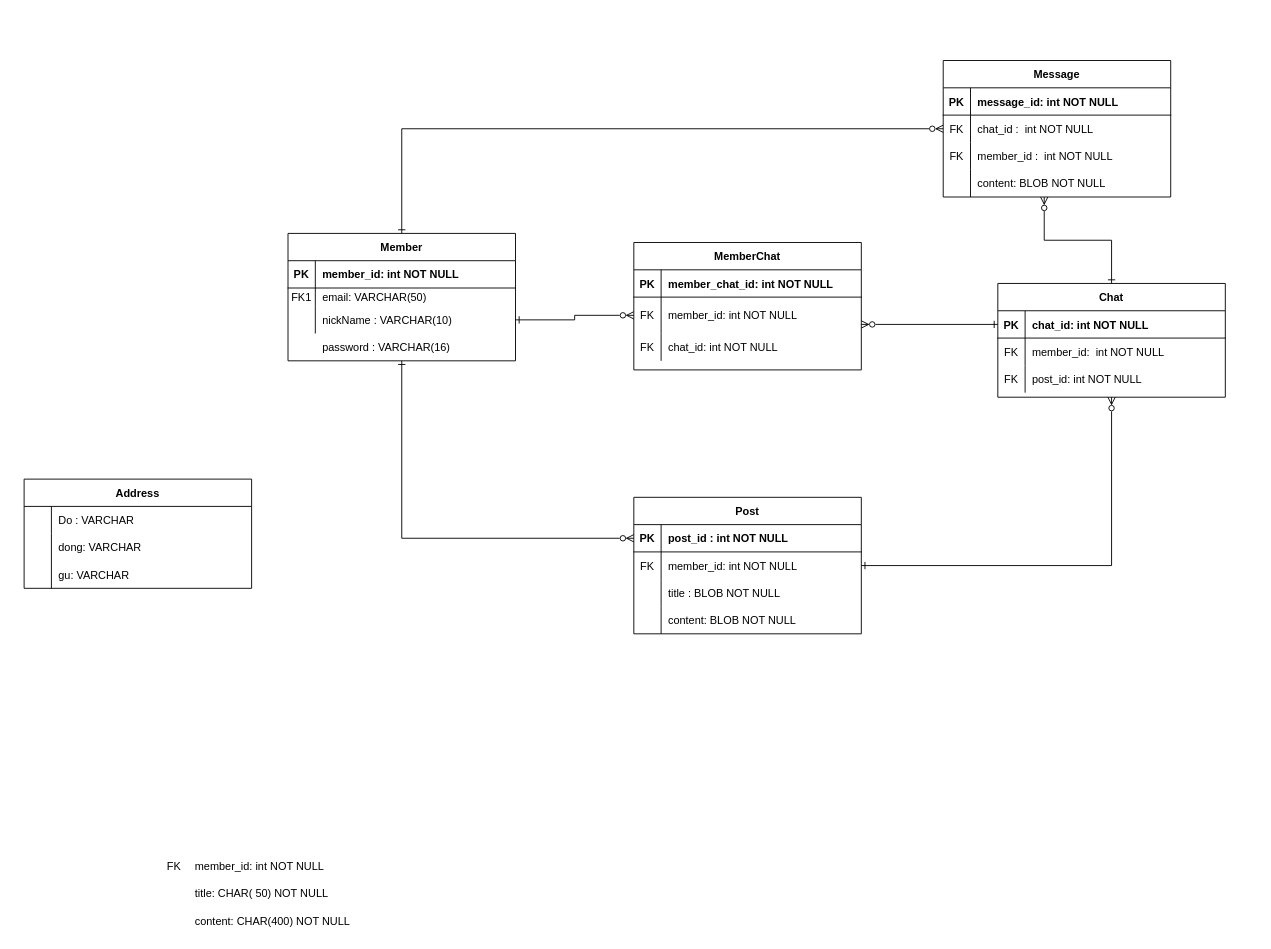
The draw.io diagram ERD.drawio in rlagudtn/Share, before the edit. Source tidied: cells renumbered, new cells numbered last; positions are measured from the earlier drawing's top-left corner, leaving out a move shared by most shapes. Both pictures are drawn from the tidied source at 91%, with x=0, y=0 at pixel (24, 60).
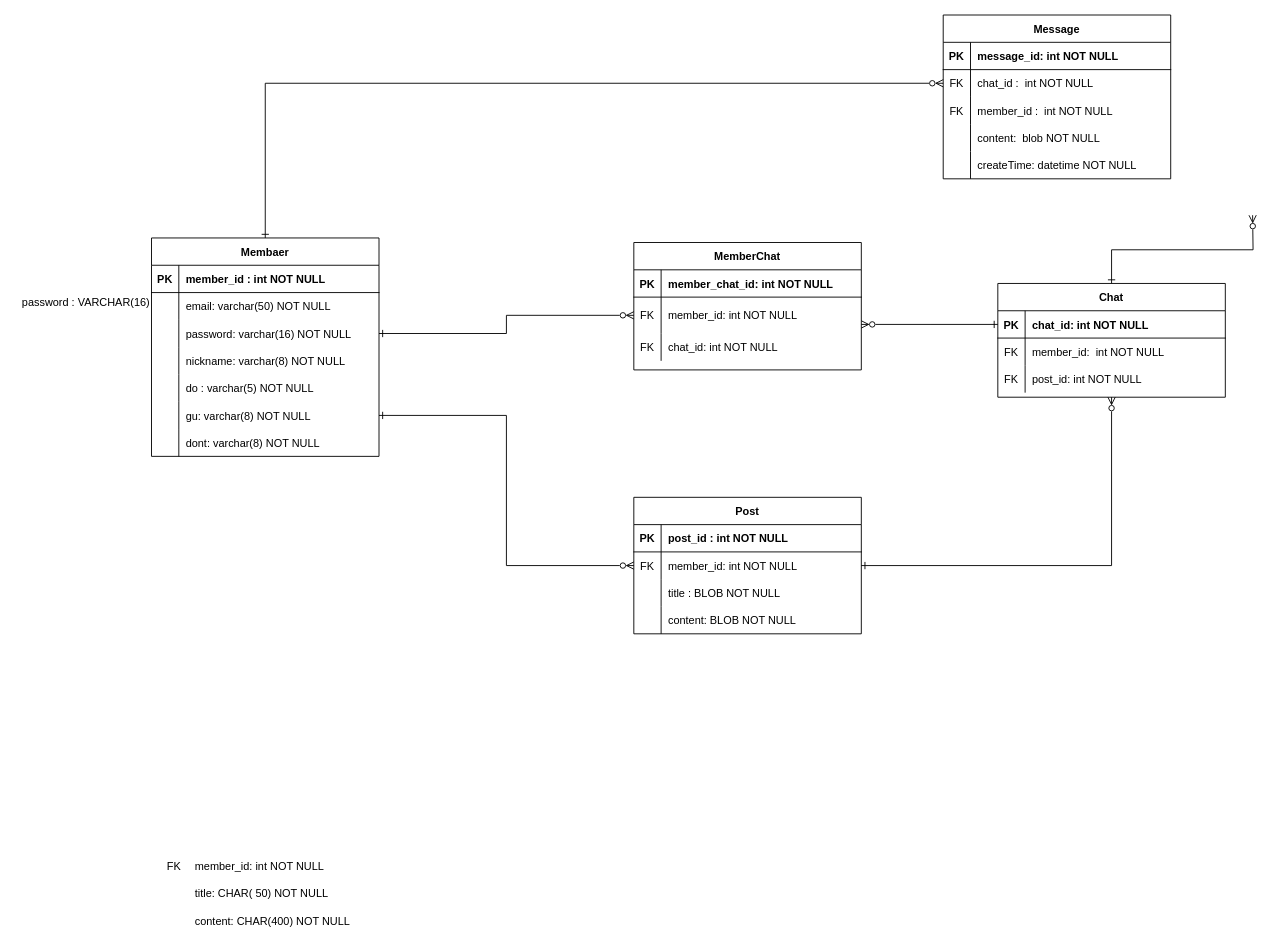
Above is the later version.

The change refers to these unchanged cells:
```xml
<mxCell id="4" value="Chat" style="shape=table;startSize=30;childLayout=tableLayout;rowLines=0;fontStyle=1;align=center;" parent="1" vertex="1">
  <mxGeometry x="1070" y="245" width="250" height="125" as="geometry" />
</mxCell>
<mxCell id="28" style="shape=partialRectangle;fillColor=none;points=[[0,0.5],[1,0.5]];portConstraint=eastwest;top=0;left=0;right=0;bottom=1;" parent="27" vertex="1">
  <mxGeometry y="30" width="250" height="30" as="geometry" />
</mxCell>
<mxCell id="31" style="shape=partialRectangle;fillColor=none;points=[[0,0.5],[1,0.5]];portConstraint=eastwest;top=0;left=0;right=0;bottom=0;" parent="27" vertex="1">
  <mxGeometry y="60" width="250" height="30" as="geometry" />
</mxCell>
<mxCell id="44" style="shape=partialRectangle;fillColor=none;points=[[0,0.5],[1,0.5]];portConstraint=eastwest;top=0;left=0;right=0;bottom=0;" parent="40" vertex="1">
  <mxGeometry y="60" width="250" height="30" as="geometry" />
</mxCell>
<mxCell id="50" style="shape=partialRectangle;fillColor=none;points=[[0,0.5],[1,0.5]];portConstraint=eastwest;top=0;left=0;right=0;bottom=0;" parent="40" vertex="1">
  <mxGeometry y="120" width="250" height="30" as="geometry" />
</mxCell>
<mxCell id="68" style="shape=partialRectangle;fillColor=none;points=[[0,0.5],[1,0.5]];portConstraint=eastwest;top=0;left=0;right=0;bottom=0;" parent="64" vertex="1">
  <mxGeometry y="60" width="250" height="40" as="geometry" />
</mxCell>
```

The edit, as a diff of the source:
```diff
@@
-    <mxCell id="3" style="edgeStyle=orthogonalEdgeStyle;rounded=0;jettySize=auto;html=1;exitX=0.5;exitY=0;exitDx=0;exitDy=0;entryX=0.444;entryY=1;entryDx=0;entryDy=0;entryPerimeter=0;startArrow=ERone;startFill=0;endArrow=ERzeroToMany;endFill=0;" parent="1" edge="1" source="4" target="50">
-      <mxGeometry relative="1" as="geometry" />
+    <mxCell id="3" style="edgeStyle=orthogonalEdgeStyle;rounded=0;jettySize=auto;html=1;exitX=0.5;exitY=0;exitDx=0;exitDy=0;startArrow=ERone;startFill=0;endArrow=ERzeroToMany;endFill=0;" parent="1" edge="1" source="4">
+      <mxGeometry relative="1" as="geometry">
+        <mxPoint x="1350" y="170" as="targetPoint" />
+      </mxGeometry>
     </mxCell>
@@
-    <mxCell id="14" style="edgeStyle=orthogonalEdgeStyle;rounded=0;jettySize=auto;html=1;exitX=0.5;exitY=1;exitDx=0;exitDy=0;entryX=0;entryY=0.5;entryDx=0;entryDy=0;endArrow=ERzeroToMany;endFill=0;startArrow=ERone;startFill=0;" parent="1" edge="1" source="16" target="28">
-      <mxGeometry relative="1" as="geometry">
-        <Array as="points">
-          <mxPoint x="415" y="525" />
-        </Array>
-      </mxGeometry>
-    </mxCell>
-    <mxCell id="15" style="edgeStyle=orthogonalEdgeStyle;rounded=0;jettySize=auto;html=1;exitX=0.5;exitY=0;exitDx=0;exitDy=0;entryX=0;entryY=0.5;entryDx=0;entryDy=0;startArrow=ERone;startFill=0;endArrow=ERzeroToMany;endFill=0;" parent="1" edge="1" source="16" target="44">
+    <mxCell id="15" style="edgeStyle=orthogonalEdgeStyle;rounded=0;jettySize=auto;html=1;exitX=0.5;exitY=0;exitDx=0;exitDy=0;entryX=0;entryY=0.5;entryDx=0;entryDy=0;startArrow=ERone;startFill=0;endArrow=ERzeroToMany;endFill=0;" parent="1" edge="1" source="89" target="44">
       <mxGeometry relative="1" as="geometry" />
     </mxCell>
-    <mxCell id="16" value="Member" style="shape=table;startSize=30;childLayout=tableLayout;rowLines=0;fontStyle=1;align=center;" parent="1" vertex="1">
-      <mxGeometry x="290" y="190" width="250" height="140" as="geometry" />
-    </mxCell>
-    <mxCell id="17" style="shape=partialRectangle;fillColor=none;top=0;left=0;right=0;bottom=1;" parent="16" vertex="1">
-      <mxGeometry y="30" width="250" height="30" as="geometry" />
-    </mxCell>
-    <mxCell id="18" value="PK" style="shape=partialRectangle;overflow=hidden;fillColor=none;top=0;left=0;bottom=0;right=0;fontStyle=1;" parent="17" vertex="1">
-      <mxGeometry width="30" height="30" as="geometry" />
-    </mxCell>
-    <mxCell id="19" value="member_id: int NOT NULL " style="shape=partialRectangle;overflow=hidden;fillColor=none;top=0;left=0;bottom=0;right=0;align=left;spacingLeft=6;fontStyle=1;" parent="17" vertex="1">
-      <mxGeometry x="30" width="220" height="30" as="geometry" />
-    </mxCell>
-    <mxCell id="20" style="shape=partialRectangle;fillColor=none;top=0;left=0;right=0;bottom=0;" parent="16" vertex="1">
-      <mxGeometry y="60" width="250" height="20" as="geometry" />
-    </mxCell>
-    <mxCell id="21" value="FK1" style="shape=partialRectangle;overflow=hidden;fillColor=none;top=0;left=0;bottom=0;right=0;" parent="20" vertex="1">
-      <mxGeometry width="30" height="20" as="geometry" />
-    </mxCell>
-    <mxCell id="22" value="email: VARCHAR(50)" style="shape=partialRectangle;overflow=hidden;fillColor=none;top=0;left=0;bottom=0;right=0;align=left;spacingLeft=6;" parent="20" vertex="1">
-      <mxGeometry x="30" width="220" height="20" as="geometry" />
-    </mxCell>
-    <mxCell id="23" style="shape=partialRectangle;fillColor=none;points=[[0,0.5],[1,0.5]];portConstraint=eastwest;top=0;left=0;right=0;bottom=0;" parent="16" vertex="1">
-      <mxGeometry y="80" width="250" height="30" as="geometry" />
-    </mxCell>
-    <mxCell id="24" style="shape=partialRectangle;overflow=hidden;fillColor=none;top=0;left=0;bottom=0;right=0;" parent="23" vertex="1">
-      <mxGeometry width="30" height="30" as="geometry" />
-    </mxCell>
-    <mxCell id="25" value="nickName : VARCHAR(10)" style="shape=partialRectangle;overflow=hidden;fillColor=none;top=0;left=0;bottom=0;right=0;align=left;spacingLeft=6;" parent="23" vertex="1">
-      <mxGeometry x="30" width="220" height="30" as="geometry" />
-    </mxCell>
@@
     <mxCell id="40" value="Message" style="shape=table;startSize=30;childLayout=tableLayout;rowLines=0;fontStyle=1;align=center;" parent="1" vertex="1">
-      <mxGeometry x="1010" width="250" height="150" as="geometry" />
+      <mxGeometry x="1010" y="-50" width="250" height="180" as="geometry" />
     </mxCell>
@@
-    <mxCell id="52" value="content: BLOB NOT NULL" style="shape=partialRectangle;overflow=hidden;fillColor=none;top=0;left=0;bottom=0;right=0;align=left;spacingLeft=6;" parent="50" vertex="1">
+    <mxCell id="52" value="content:  blob NOT NULL" style="shape=partialRectangle;overflow=hidden;fillColor=none;top=0;left=0;bottom=0;right=0;align=left;spacingLeft=6;" parent="50" vertex="1">
       <mxGeometry x="30" width="220" height="30" as="geometry" />
     </mxCell>
+    <mxCell id="86" style="shape=partialRectangle;fillColor=none;top=0;left=0;right=0;bottom=0;" parent="40" vertex="1">
+      <mxGeometry y="150" width="250" height="30" as="geometry" />
+    </mxCell>
+    <mxCell id="87" style="shape=partialRectangle;overflow=hidden;fillColor=none;top=0;left=0;bottom=0;right=0;" parent="86" vertex="1">
+      <mxGeometry width="30" height="30" as="geometry" />
+    </mxCell>
+    <mxCell id="88" value="createTime: datetime NOT NULL" style="shape=partialRectangle;overflow=hidden;fillColor=none;top=0;left=0;bottom=0;right=0;align=left;spacingLeft=6;" parent="86" vertex="1">
+      <mxGeometry x="30" width="220" height="30" as="geometry" />
+    </mxCell>
@@
-    <mxCell id="62" style="shape=partialRectangle;overflow=hidden;fillColor=none;top=0;left=0;bottom=0;right=0;align=left;spacingLeft=6;" parent="1" vertex="1">
-      <mxGeometry x="320" y="300" width="220" height="30" as="geometry" />
-    </mxCell>
     <mxCell id="63" value="password : VARCHAR(16)" style="shape=partialRectangle;overflow=hidden;fillColor=none;top=0;left=0;bottom=0;right=0;align=left;spacingLeft=6;" parent="1" vertex="1">
-      <mxGeometry x="320" y="300" width="220" height="30" as="geometry" />
+      <mxGeometry x="-10" y="250" width="220" height="30" as="geometry" />
     </mxCell>
@@
-    <mxCell id="74" style="edgeStyle=orthogonalEdgeStyle;rounded=0;jettySize=auto;html=1;exitX=1;exitY=0.5;exitDx=0;exitDy=0;entryX=0;entryY=0.5;entryDx=0;entryDy=0;startArrow=ERone;startFill=0;endArrow=ERzeroToMany;endFill=0;" parent="1" edge="1" source="23" target="68">
+    <mxCell id="74" style="edgeStyle=orthogonalEdgeStyle;rounded=0;jettySize=auto;html=1;exitX=1;exitY=0.5;exitDx=0;exitDy=0;entryX=0;entryY=0.5;entryDx=0;entryDy=0;startArrow=ERone;startFill=0;endArrow=ERzeroToMany;endFill=0;" parent="1" edge="1" source="83" target="68">
       <mxGeometry relative="1" as="geometry" />
     </mxCell>
@@
-    <mxCell id="76" value="Address" style="shape=table;startSize=30;childLayout=tableLayout;rowLines=0;fontStyle=1;align=center;" parent="1" vertex="1">
-      <mxGeometry y="460" width="250" height="120" as="geometry" />
-    </mxCell>
-    <mxCell id="77" style="shape=partialRectangle;fillColor=none;top=0;left=0;right=0;bottom=0;" parent="76" vertex="1">
-      <mxGeometry y="30" width="250" height="30" as="geometry" />
-    </mxCell>
-    <mxCell id="78" style="shape=partialRectangle;overflow=hidden;fillColor=none;top=0;left=0;bottom=0;right=0;" parent="77" vertex="1">
-      <mxGeometry width="30" height="30" as="geometry" />
-    </mxCell>
-    <mxCell id="79" value="Do : VARCHAR" style="shape=partialRectangle;overflow=hidden;fillColor=none;top=0;left=0;bottom=0;right=0;align=left;spacingLeft=6;" parent="77" vertex="1">
-      <mxGeometry x="30" width="220" height="30" as="geometry" />
-    </mxCell>
+    <mxCell id="89" value="Membaer" style="shape=table;startSize=30;childLayout=tableLayout;rowLines=0;fontStyle=1;align=center;" parent="1" vertex="1">
+      <mxGeometry x="140" y="195" width="250" height="240" as="geometry" />
+    </mxCell>
+    <mxCell id="17" style="shape=partialRectangle;fillColor=none;top=0;left=0;right=0;bottom=1;" parent="89" vertex="1">
+      <mxGeometry y="30" width="250" height="30" as="geometry" />
+    </mxCell>
+    <mxCell id="18" value="PK" style="shape=partialRectangle;overflow=hidden;fillColor=none;top=0;left=0;bottom=0;right=0;fontStyle=1;" parent="17" vertex="1">
+      <mxGeometry width="30" height="30" as="geometry" />
+    </mxCell>
+    <mxCell id="90" value="member_id : int NOT NULL " style="shape=partialRectangle;overflow=hidden;fillColor=none;top=0;left=0;bottom=0;right=0;align=left;spacingLeft=6;fontStyle=1;" parent="17" vertex="1">
+      <mxGeometry x="30" width="220" height="30" as="geometry" />
+    </mxCell>
-    <mxCell id="80" style="shape=partialRectangle;fillColor=none;top=0;left=0;right=0;bottom=0;" parent="76" vertex="1">
+    <mxCell id="80" style="shape=partialRectangle;fillColor=none;top=0;left=0;right=0;bottom=0;" parent="89" vertex="1">
       <mxGeometry y="60" width="250" height="30" as="geometry" />
     </mxCell>
-    <mxCell id="81" style="shape=partialRectangle;overflow=hidden;fillColor=none;top=0;left=0;bottom=0;right=0;" parent="80" vertex="1">
-      <mxGeometry width="30" height="30" as="geometry" />
-    </mxCell>
-    <mxCell id="82" value="dong: VARCHAR" style="shape=partialRectangle;overflow=hidden;fillColor=none;top=0;left=0;bottom=0;right=0;align=left;spacingLeft=6;" parent="80" vertex="1">
-      <mxGeometry x="30" width="220" height="30" as="geometry" />
-    </mxCell>
+    <mxCell id="91" style="shape=partialRectangle;overflow=hidden;fillColor=none;top=0;left=0;bottom=0;right=0;" parent="80" vertex="1">
+      <mxGeometry width="30" height="30" as="geometry" />
+    </mxCell>
+    <mxCell id="92" value="email: varchar(50) NOT NULL" style="shape=partialRectangle;overflow=hidden;fillColor=none;top=0;left=0;bottom=0;right=0;align=left;spacingLeft=6;" parent="80" vertex="1">
+      <mxGeometry x="30" width="220" height="30" as="geometry" />
+    </mxCell>
-    <mxCell id="83" style="shape=partialRectangle;fillColor=none;points=[[0,0.5],[1,0.5]];portConstraint=eastwest;top=0;left=0;right=0;bottom=0;" parent="76" vertex="1">
+    <mxCell id="83" style="shape=partialRectangle;fillColor=none;points=[[0,0.5],[1,0.5]];portConstraint=eastwest;top=0;left=0;right=0;bottom=0;" parent="89" vertex="1">
       <mxGeometry y="90" width="250" height="30" as="geometry" />
     </mxCell>
-    <mxCell id="84" style="shape=partialRectangle;overflow=hidden;fillColor=none;top=0;left=0;bottom=0;right=0;" parent="83" vertex="1">
-      <mxGeometry width="30" height="30" as="geometry" />
-    </mxCell>
-    <mxCell id="85" value="gu: VARCHAR" style="shape=partialRectangle;overflow=hidden;fillColor=none;top=0;left=0;bottom=0;right=0;align=left;spacingLeft=6;" parent="83" vertex="1">
-      <mxGeometry x="30" width="220" height="30" as="geometry" />
-    </mxCell>
+    <mxCell id="93" style="shape=partialRectangle;overflow=hidden;fillColor=none;top=0;left=0;bottom=0;right=0;" parent="83" vertex="1">
+      <mxGeometry width="30" height="30" as="geometry" />
+    </mxCell>
+    <mxCell id="94" value="password: varchar(16) NOT NULL" style="shape=partialRectangle;overflow=hidden;fillColor=none;top=0;left=0;bottom=0;right=0;align=left;spacingLeft=6;" parent="83" vertex="1">
+      <mxGeometry x="30" width="220" height="30" as="geometry" />
+    </mxCell>
+    <mxCell id="95" style="shape=partialRectangle;fillColor=none;top=0;left=0;right=0;bottom=0;" parent="89" vertex="1">
+      <mxGeometry y="120" width="250" height="30" as="geometry" />
+    </mxCell>
+    <mxCell id="96" style="shape=partialRectangle;overflow=hidden;fillColor=none;top=0;left=0;bottom=0;right=0;" parent="95" vertex="1">
+      <mxGeometry width="30" height="30" as="geometry" />
+    </mxCell>
+    <mxCell id="97" value="nickname: varchar(8) NOT NULL" style="shape=partialRectangle;overflow=hidden;fillColor=none;top=0;left=0;bottom=0;right=0;align=left;spacingLeft=6;" parent="95" vertex="1">
+      <mxGeometry x="30" width="220" height="30" as="geometry" />
+    </mxCell>
+    <mxCell id="98" style="shape=partialRectangle;fillColor=none;top=0;left=0;right=0;bottom=0;" parent="89" vertex="1">
+      <mxGeometry y="150" width="250" height="30" as="geometry" />
+    </mxCell>
+    <mxCell id="99" style="shape=partialRectangle;overflow=hidden;fillColor=none;top=0;left=0;bottom=0;right=0;" parent="98" vertex="1">
+      <mxGeometry width="30" height="30" as="geometry" />
+    </mxCell>
+    <mxCell id="100" value="do : varchar(5) NOT NULL" style="shape=partialRectangle;overflow=hidden;fillColor=none;top=0;left=0;bottom=0;right=0;align=left;spacingLeft=6;" parent="98" vertex="1">
+      <mxGeometry x="30" width="220" height="30" as="geometry" />
+    </mxCell>
+    <mxCell id="101" style="shape=partialRectangle;fillColor=none;points=[[0,0.5],[1,0.5]];portConstraint=eastwest;top=0;left=0;right=0;bottom=0;" parent="89" vertex="1">
+      <mxGeometry y="180" width="250" height="30" as="geometry" />
+    </mxCell>
+    <mxCell id="102" style="shape=partialRectangle;overflow=hidden;fillColor=none;top=0;left=0;bottom=0;right=0;" parent="101" vertex="1">
+      <mxGeometry width="30" height="30" as="geometry" />
+    </mxCell>
+    <mxCell id="103" value="gu: varchar(8) NOT NULL" style="shape=partialRectangle;overflow=hidden;fillColor=none;top=0;left=0;bottom=0;right=0;align=left;spacingLeft=6;" parent="101" vertex="1">
+      <mxGeometry x="30" width="220" height="30" as="geometry" />
+    </mxCell>
+    <mxCell id="104" style="shape=partialRectangle;fillColor=none;top=0;left=0;right=0;bottom=0;" parent="89" vertex="1">
+      <mxGeometry y="210" width="250" height="30" as="geometry" />
+    </mxCell>
+    <mxCell id="105" style="shape=partialRectangle;overflow=hidden;fillColor=none;top=0;left=0;bottom=0;right=0;" parent="104" vertex="1">
+      <mxGeometry width="30" height="30" as="geometry" />
+    </mxCell>
+    <mxCell id="106" value="dont: varchar(8) NOT NULL" style="shape=partialRectangle;overflow=hidden;fillColor=none;top=0;left=0;bottom=0;right=0;align=left;spacingLeft=6;" parent="104" vertex="1">
+      <mxGeometry x="30" width="220" height="30" as="geometry" />
+    </mxCell>
+    <mxCell id="107" style="edgeStyle=orthogonalEdgeStyle;rounded=0;jettySize=auto;html=1;exitX=1;exitY=0.5;exitDx=0;exitDy=0;entryX=0;entryY=0.5;entryDx=0;entryDy=0;startArrow=ERone;startFill=0;endArrow=ERzeroToMany;endFill=0;" parent="1" edge="1" source="101" target="31">
+      <mxGeometry relative="1" as="geometry" />
+    </mxCell>
```
